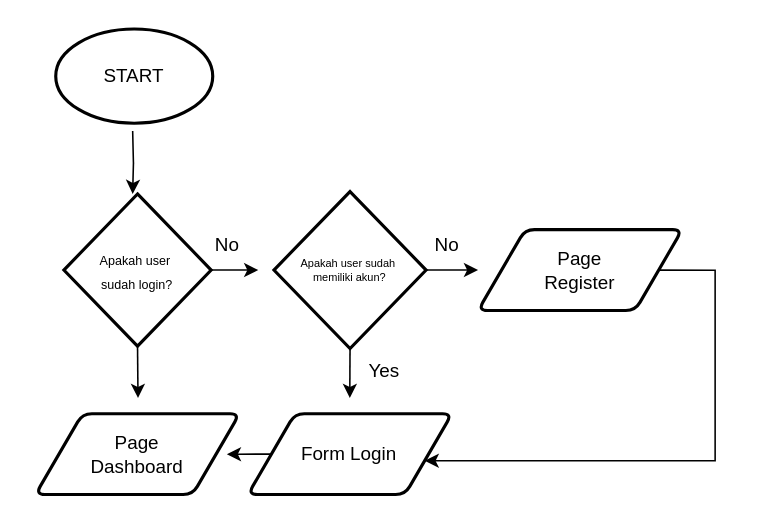
dapzz-id/DrawIO keeps this draw.io diagram as Syntax-Web.drawio. Above is the earlier version. Source tidied: cells renumbered, new cells numbered last; positions are measured from the earlier drawing's top-left corner, leaving out a move shared by most shapes. Both pictures are drawn from the tidied source at 157%, with x=0, y=0 at pixel (35, 28).
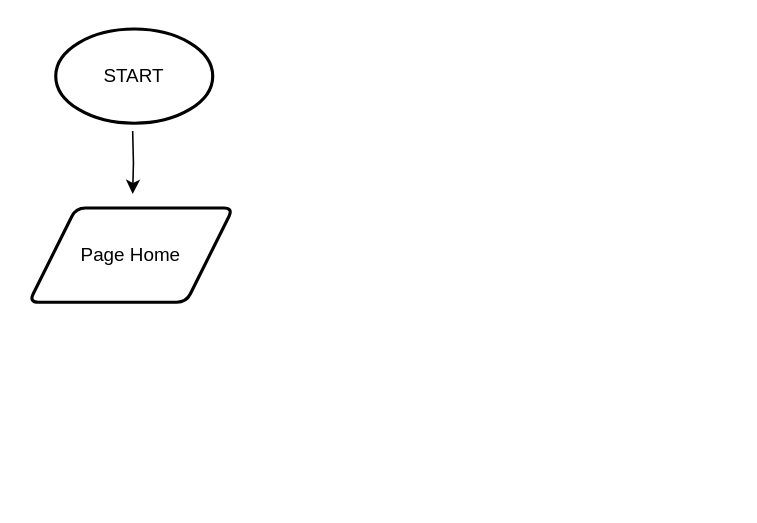
The same diagram, later.

The edit, as a diff of the source:
```diff
@@
-    <mxCell id="3" style="edgeStyle=orthogonalEdgeStyle;rounded=0;jettySize=auto;html=1;exitX=1;exitY=0.5;exitDx=0;exitDy=0;exitPerimeter=0;" parent="1" edge="1" source="5">
-      <mxGeometry relative="1" as="geometry">
-        <mxPoint x="142" y="153.6" as="targetPoint" />
-      </mxGeometry>
-    </mxCell>
-    <mxCell id="4" style="edgeStyle=orthogonalEdgeStyle;rounded=0;jettySize=auto;html=1;exitX=0.5;exitY=1;exitDx=0;exitDy=0;exitPerimeter=0;" parent="1" edge="1" source="5">
-      <mxGeometry relative="1" as="geometry">
-        <mxPoint x="65.4" y="235" as="targetPoint" />
-      </mxGeometry>
-    </mxCell>
-    <mxCell id="5" value="&lt;font style=&quot;font-size: 8px;&quot;&gt;Apakah user&amp;nbsp;&lt;/font&gt;&lt;div&gt;&lt;font style=&quot;font-size: 8px;&quot;&gt;sudah login?&lt;/font&gt;&lt;/div&gt;" style="strokeWidth=2;html=1;shape=mxgraph.flowchart.decision;whiteSpace=wrap;" parent="1" vertex="1">
-      <mxGeometry x="18.2" y="105" width="93.8" height="97" as="geometry" />
-    </mxCell>
-    <mxCell id="6" style="edgeStyle=orthogonalEdgeStyle;rounded=0;jettySize=auto;html=1;exitX=0;exitY=0.5;exitDx=0;exitDy=0;" parent="1" edge="1" source="7">
-      <mxGeometry relative="1" as="geometry">
-        <mxPoint x="122" y="271" as="targetPoint" />
-      </mxGeometry>
-    </mxCell>
-    <mxCell id="7" value="Form Login" style="shape=parallelogram;html=1;strokeWidth=2;perimeter=parallelogramPerimeter;whiteSpace=wrap;rounded=1;arcSize=12;size=0.23;" parent="1" vertex="1">
-      <mxGeometry x="135.4" y="245" width="130" height="51.5" as="geometry" />
-    </mxCell>
-    <mxCell id="8" style="edgeStyle=orthogonalEdgeStyle;rounded=0;jettySize=auto;html=1;exitX=1;exitY=0.5;exitDx=0;exitDy=0;exitPerimeter=0;" parent="1" edge="1" source="10">
-      <mxGeometry relative="1" as="geometry">
-        <mxPoint x="282" y="153.7" as="targetPoint" />
-      </mxGeometry>
-    </mxCell>
-    <mxCell id="9" style="edgeStyle=orthogonalEdgeStyle;rounded=0;jettySize=auto;html=1;exitX=0.5;exitY=1;exitDx=0;exitDy=0;exitPerimeter=0;" parent="1" edge="1" source="10">
-      <mxGeometry relative="1" as="geometry">
-        <mxPoint x="200.3" y="235" as="targetPoint" />
-      </mxGeometry>
-    </mxCell>
-    <mxCell id="10" value="&lt;div style=&quot;font-size: 7px;&quot;&gt;&lt;span style=&quot;background-color: initial;&quot;&gt;&lt;font style=&quot;font-size: 7px;&quot;&gt;Apakah user sudah&amp;nbsp;&lt;/font&gt;&lt;/span&gt;&lt;/div&gt;&lt;div style=&quot;font-size: 7px;&quot;&gt;&lt;span style=&quot;background-color: initial;&quot;&gt;&lt;font style=&quot;font-size: 7px;&quot;&gt;memiliki akun?&lt;/font&gt;&lt;/span&gt;&lt;/div&gt;" style="strokeWidth=2;html=1;shape=mxgraph.flowchart.decision;whiteSpace=wrap;align=center;" parent="1" vertex="1">
-      <mxGeometry x="152" y="103.5" width="96.9" height="100" as="geometry" />
-    </mxCell>
-    <mxCell id="11" value="No" style="text;html=1;align=center;verticalAlign=middle;strokeColor=none;fillColor=none;" parent="1" vertex="1">
-      <mxGeometry x="102" y="123" width="40" height="30" as="geometry" />
-    </mxCell>
-    <mxCell id="12" value="No" style="text;html=1;align=center;verticalAlign=middle;strokeColor=none;fillColor=none;" parent="1" vertex="1">
-      <mxGeometry x="242" y="123" width="40" height="30" as="geometry" />
-    </mxCell>
-    <mxCell id="13" value="Yes" style="text;html=1;align=center;verticalAlign=middle;strokeColor=none;fillColor=none;" parent="1" vertex="1">
-      <mxGeometry x="202" y="203" width="40" height="30" as="geometry" />
-    </mxCell>
-    <mxCell id="14" style="edgeStyle=orthogonalEdgeStyle;rounded=0;jettySize=auto;html=1;exitX=1;exitY=0.5;exitDx=0;exitDy=0;" parent="1" edge="1" source="15" target="7">
-      <mxGeometry relative="1" as="geometry">
-        <Array as="points">
-          <mxPoint x="433" y="153" />
-          <mxPoint x="433" y="275" />
-        </Array>
-      </mxGeometry>
-    </mxCell>
-    <mxCell id="15" value="Page&lt;div&gt;Register&lt;/div&gt;" style="shape=parallelogram;html=1;strokeWidth=2;perimeter=parallelogramPerimeter;whiteSpace=wrap;rounded=1;arcSize=12;size=0.23;" parent="1" vertex="1">
-      <mxGeometry x="282" y="127.8" width="130" height="51.5" as="geometry" />
-    </mxCell>
-    <mxCell id="16" value="Page&lt;div&gt;Dashboard&lt;/div&gt;" style="shape=parallelogram;html=1;strokeWidth=2;perimeter=parallelogramPerimeter;whiteSpace=wrap;rounded=1;arcSize=12;size=0.23;" parent="1" vertex="1">
-      <mxGeometry x="0.1" y="245" width="130" height="51.5" as="geometry" />
-    </mxCell>
@@
+    <mxCell id="18" value="Page Home" style="shape=parallelogram;html=1;strokeWidth=2;perimeter=parallelogramPerimeter;whiteSpace=wrap;rounded=1;arcSize=12;size=0.23;" parent="1" vertex="1">
+      <mxGeometry x="-4" y="114" width="130" height="60" as="geometry" />
+    </mxCell>
```
